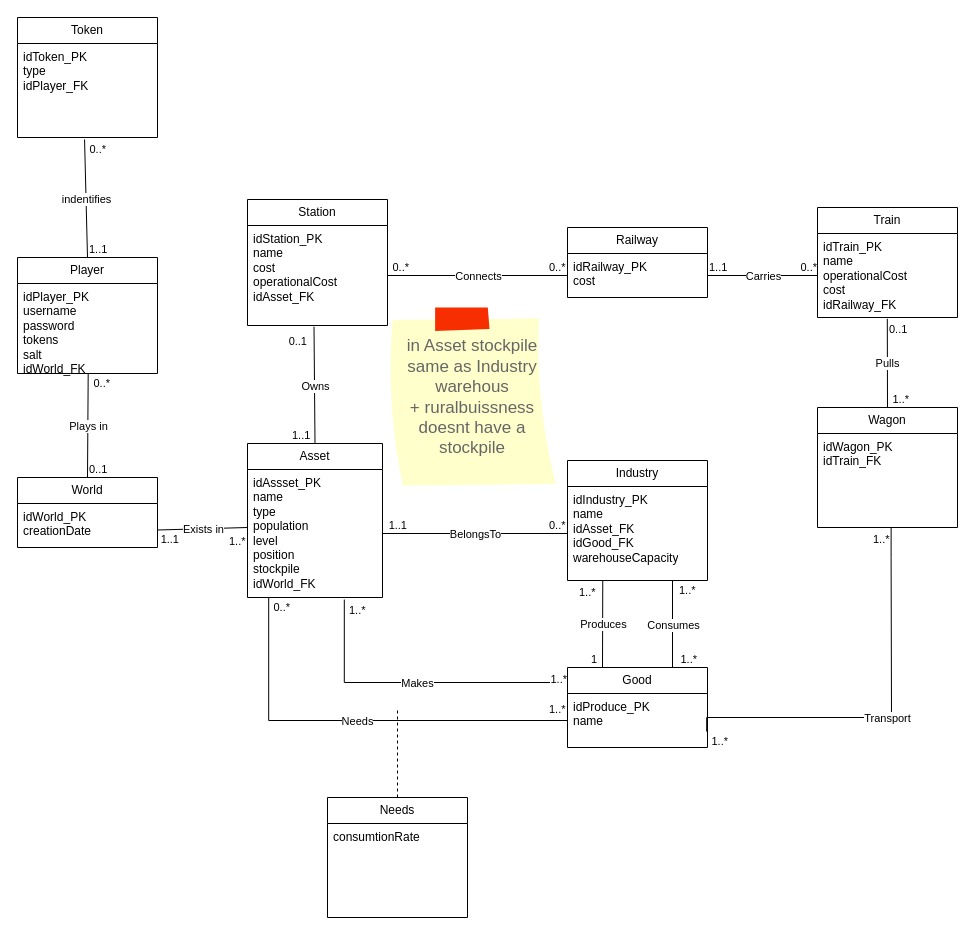
Before: BASDO/RailwayImperium.drawio in Finiferp/Railway, a draw.io diagram. Source tidied: cells renumbered, new cells numbered last; positions are measured from the earlier drawing's top-left corner, leaving out a move shared by most shapes. Both pictures are drawn from the tidied source at 100%, with x=0, y=0 at pixel (17, 17).
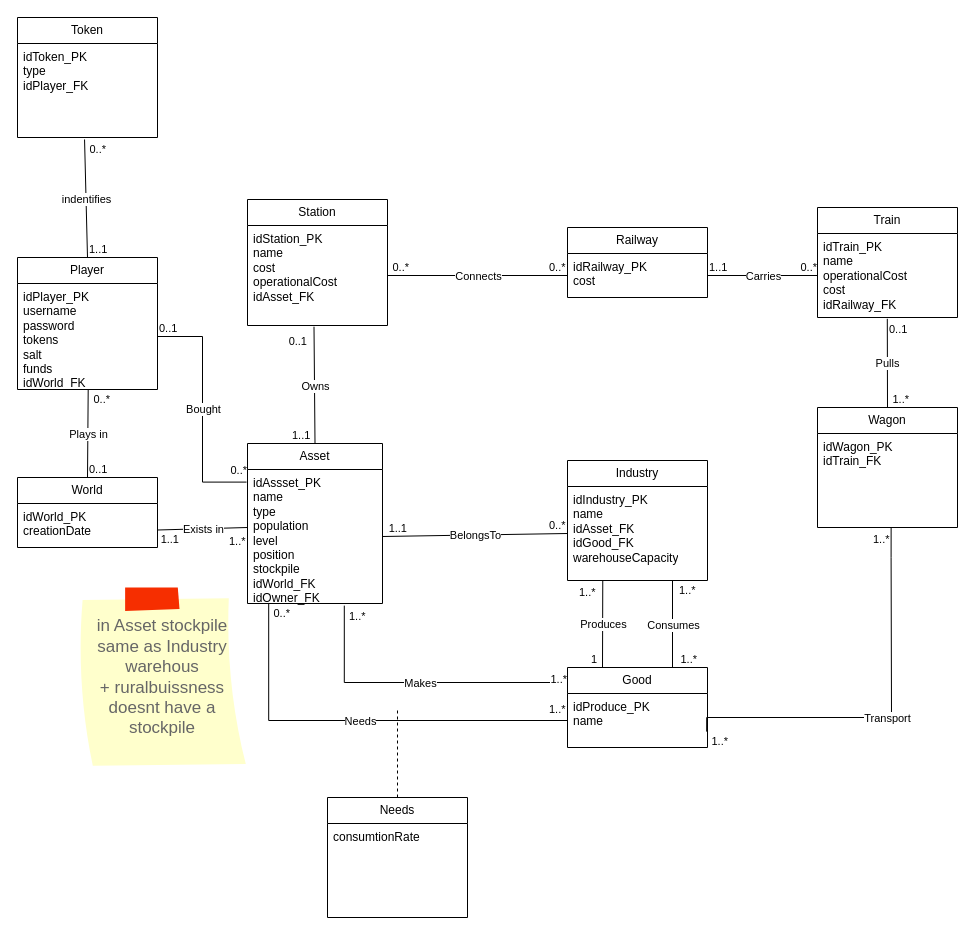
The same page after the edit.

What changed in the source:
```diff
@@
     <mxCell id="10" value="Player" style="swimlane;fontStyle=0;horizontal=1;startSize=26;fillColor=none;whiteSpace=wrap;html=1;" parent="1" vertex="1">
-      <mxGeometry y="240" width="140" height="116" as="geometry" />
+      <mxGeometry y="240" width="140" height="132" as="geometry" />
     </mxCell>
-    <mxCell id="11" value="idPlayer_PK&lt;br&gt;username&lt;br&gt;password&lt;br&gt;tokens&lt;br&gt;salt&lt;br&gt;idWorld_FK" style="text;strokeColor=none;fillColor=none;align=left;verticalAlign=top;spacingLeft=4;spacingRight=4;overflow=hidden;points=[[0,0.5],[1,0.5]];portConstraint=eastwest;whiteSpace=wrap;html=1;" parent="10" vertex="1">
-      <mxGeometry y="26" width="140" height="90" as="geometry" />
+    <mxCell id="11" value="idPlayer_PK&lt;br&gt;username&lt;br&gt;password&lt;br&gt;tokens&lt;br&gt;salt&lt;br&gt;funds&lt;br&gt;idWorld_FK" style="text;strokeColor=none;fillColor=none;align=left;verticalAlign=top;spacingLeft=4;spacingRight=4;overflow=hidden;points=[[0,0.5],[1,0.5]];portConstraint=eastwest;whiteSpace=wrap;html=1;" parent="10" vertex="1">
+      <mxGeometry y="26" width="140" height="106" as="geometry" />
     </mxCell>
@@
     <mxCell id="48" value="Asset" style="swimlane;fontStyle=0;horizontal=1;startSize=26;fillColor=none;whiteSpace=wrap;html=1;" parent="1" vertex="1">
-      <mxGeometry x="230" y="426" width="135" height="154" as="geometry" />
+      <mxGeometry x="230" y="426" width="135" height="160" as="geometry" />
     </mxCell>
-    <mxCell id="49" value="idAssset_PK&lt;br&gt;name&lt;br&gt;type&lt;br&gt;population&lt;br&gt;level&lt;br&gt;position&lt;br&gt;stockpile&lt;br&gt;idWorld_FK" style="text;strokeColor=none;fillColor=none;align=left;verticalAlign=top;spacingLeft=4;spacingRight=4;overflow=hidden;points=[[0,0.5],[1,0.5]];portConstraint=eastwest;whiteSpace=wrap;html=1;" parent="48" vertex="1">
-      <mxGeometry y="26" width="135" height="128" as="geometry" />
+    <mxCell id="49" value="idAssset_PK&lt;br&gt;name&lt;br&gt;type&lt;br&gt;population&lt;br&gt;level&lt;br&gt;position&lt;br&gt;stockpile&lt;br&gt;idWorld_FK&lt;br&gt;idOwner_FK" style="text;strokeColor=none;fillColor=none;align=left;verticalAlign=top;spacingLeft=4;spacingRight=4;overflow=hidden;points=[[0,0.5],[1,0.5]];portConstraint=eastwest;whiteSpace=wrap;html=1;" parent="48" vertex="1">
+      <mxGeometry y="26" width="135" height="134" as="geometry" />
     </mxCell>
@@
     <mxCell id="62" value="in Asset stockpile same as Industry warehous&lt;br&gt;+ ruralbuissness doesnt have a stockpile" style="strokeWidth=1;shadow=0;dashed=0;align=center;html=1;shape=mxgraph.mockup.text.stickyNote2;fontColor=#666666;mainText=;fontSize=17;whiteSpace=wrap;fillColor=#ffffcc;strokeColor=#F62E00;" parent="1" vertex="1">
-      <mxGeometry x="370" y="290" width="170" height="180" as="geometry" />
+      <mxGeometry x="60" y="570" width="170" height="180" as="geometry" />
     </mxCell>
@@
+    <mxCell id="78" style="endArrow=none;html=1;rounded=0;endFill=0;entryX=-0.007;entryY=0.094;entryDx=0;entryDy=0;entryPerimeter=0;exitX=1;exitY=0.5;exitDx=0;exitDy=0;edgeStyle=orthogonalEdgeStyle;" parent="1" edge="1" source="11" target="49">
+      <mxGeometry relative="1" as="geometry" />
+    </mxCell>
+    <mxCell id="79" value="Bought" style="edgeLabel;html=1;align=center;verticalAlign=middle;" parent="78" vertex="1">
+      <mxGeometry relative="1" as="geometry" />
+    </mxCell>
+    <mxCell id="80" value="0..1" style="edgeLabel;html=1;align=left;verticalAlign=bottom;" parent="78" vertex="1">
+      <mxGeometry x="-1" relative="1" as="geometry" />
+    </mxCell>
+    <mxCell id="81" value="0..*" style="edgeLabel;html=1;align=right;verticalAlign=bottom;" parent="78" vertex="1">
+      <mxGeometry x="1" relative="1" as="geometry">
+        <mxPoint x="1" y="-4" as="offset" />
+      </mxGeometry>
+    </mxCell>
```
